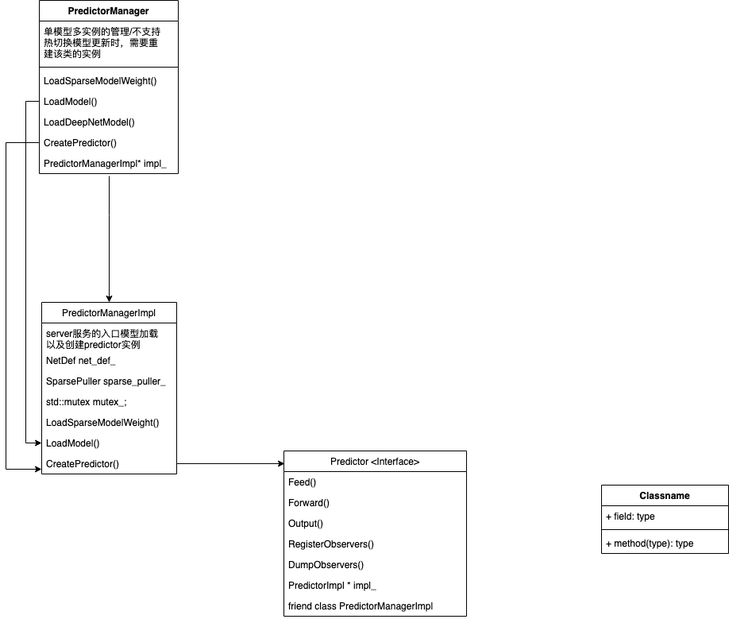
Earlier version of the draw.io export Blaze Diagram.png (theflyfish/my_draw). Source tidied: cells renumbered, new cells last; positions are measured from the earlier drawing's top-left corner, leaving out a move shared by most shapes.
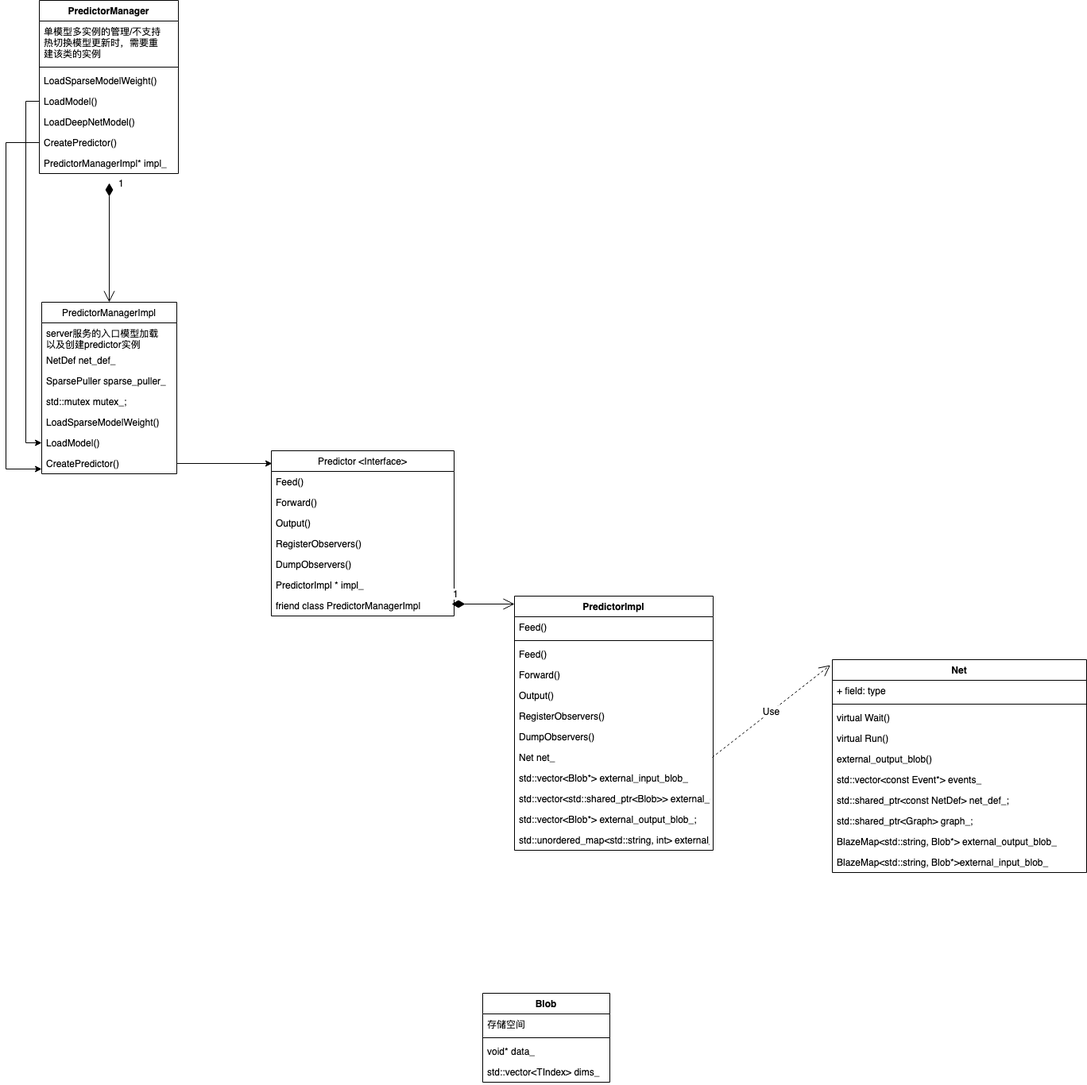
Above is the later version.

The edit, as a diff of the source:
```diff
@@ -27,7 +27,7 @@
       <mxGeometry y="190" width="170" height="26" as="geometry" />
     </mxCell>
     <mxCell id="10" value="Predictor &lt;Interface&gt;" style="swimlane;fontStyle=0;horizontal=1;startSize=26;fillColor=none;" parent="1" vertex="1">
-      <mxGeometry x="350" y="567" width="230" height="208" as="geometry" />
+      <mxGeometry x="334" y="567" width="230" height="208" as="geometry" />
     </mxCell>
     <mxCell id="11" value="Feed()" style="text;strokeColor=none;fillColor=none;align=left;verticalAlign=top;spacingLeft=4;spacingRight=4;overflow=hidden;" parent="10" vertex="1">
       <mxGeometry y="26" width="230" height="26" as="geometry" />
@@ -77,14 +77,6 @@
     <mxCell id="26" value="PredictorManagerImpl* impl_" style="text;strokeColor=none;fillColor=none;align=left;verticalAlign=top;spacingLeft=4;spacingRight=4;overflow=hidden;points=[[0,0.5],[1,0.5]];portConstraint=eastwest;" parent="19" vertex="1">
       <mxGeometry y="192" width="175" height="26" as="geometry" />
     </mxCell>
-    <mxCell id="27" style="edgeStyle=orthogonalEdgeStyle;rounded=0;jettySize=auto;html=1;exitX=0.503;exitY=1.115;exitDx=0;exitDy=0;exitPerimeter=0;" parent="1" edge="1" source="26" target="2">
-      <mxGeometry relative="1" as="geometry">
-        <Array as="points">
-          <mxPoint x="130" y="270" />
-          <mxPoint x="130" y="270" />
-        </Array>
-      </mxGeometry>
-    </mxCell>
     <mxCell id="28" style="edgeStyle=orthogonalEdgeStyle;rounded=0;jettySize=auto;html=1;entryX=0;entryY=0.769;entryDx=0;entryDy=0;entryPerimeter=0;" parent="1" edge="1" source="25" target="9">
       <mxGeometry relative="1" as="geometry">
         <Array as="points">
@@ -101,17 +93,108 @@
         </Array>
       </mxGeometry>
     </mxCell>
-    <mxCell id="30" value="Classname" style="swimlane;fontStyle=1;align=center;verticalAlign=top;horizontal=1;startSize=26;" parent="1" vertex="1">
-      <mxGeometry x="750" y="610" width="160" height="86" as="geometry" />
+    <mxCell id="30" value="PredictorImpl" style="swimlane;fontStyle=1;align=center;verticalAlign=top;horizontal=1;startSize=26;" parent="1" vertex="1">
+      <mxGeometry x="640" y="750" width="250" height="320" as="geometry" />
     </mxCell>
-    <mxCell id="31" value="+ field: type" style="text;strokeColor=none;fillColor=none;align=left;verticalAlign=top;spacingLeft=4;spacingRight=4;overflow=hidden;" parent="30" vertex="1">
-      <mxGeometry y="26" width="160" height="26" as="geometry" />
+    <mxCell id="31" value="Feed()" style="text;strokeColor=none;fillColor=none;align=left;verticalAlign=top;spacingLeft=4;spacingRight=4;overflow=hidden;" parent="30" vertex="1">
+      <mxGeometry y="26" width="250" height="26" as="geometry" />
     </mxCell>
     <mxCell id="32" style="line;strokeWidth=1;fillColor=none;align=left;verticalAlign=middle;spacingTop=-1;spacingLeft=3;spacingRight=3;labelPosition=right;" parent="30" vertex="1">
-      <mxGeometry y="52" width="160" height="8" as="geometry" />
+      <mxGeometry y="52" width="250" height="8" as="geometry" />
     </mxCell>
-    <mxCell id="33" value="+ method(type): type" style="text;strokeColor=none;fillColor=none;align=left;verticalAlign=top;spacingLeft=4;spacingRight=4;overflow=hidden;" parent="30" vertex="1">
-      <mxGeometry y="60" width="160" height="26" as="geometry" />
+    <mxCell id="33" value="Feed()" style="text;strokeColor=none;fillColor=none;align=left;verticalAlign=top;spacingLeft=4;spacingRight=4;overflow=hidden;" parent="30" vertex="1">
+      <mxGeometry y="60" width="250" height="26" as="geometry" />
     </mxCell>
+    <mxCell id="34" value="Forward()" style="text;strokeColor=none;fillColor=none;align=left;verticalAlign=top;spacingLeft=4;spacingRight=4;overflow=hidden;" parent="30" vertex="1">
+      <mxGeometry y="86" width="250" height="26" as="geometry" />
+    </mxCell>
+    <mxCell id="35" value="Output()" style="text;strokeColor=none;fillColor=none;align=left;verticalAlign=top;spacingLeft=4;spacingRight=4;overflow=hidden;" parent="30" vertex="1">
+      <mxGeometry y="112" width="250" height="26" as="geometry" />
+    </mxCell>
+    <mxCell id="36" value="RegisterObservers()" style="text;strokeColor=none;fillColor=none;align=left;verticalAlign=top;spacingLeft=4;spacingRight=4;overflow=hidden;" parent="30" vertex="1">
+      <mxGeometry y="138" width="250" height="26" as="geometry" />
+    </mxCell>
+    <mxCell id="37" value="DumpObservers()" style="text;strokeColor=none;fillColor=none;align=left;verticalAlign=top;spacingLeft=4;spacingRight=4;overflow=hidden;" parent="30" vertex="1">
+      <mxGeometry y="164" width="250" height="26" as="geometry" />
+    </mxCell>
+    <mxCell id="38" value="Net net_" style="text;strokeColor=none;fillColor=none;align=left;verticalAlign=top;spacingLeft=4;spacingRight=4;overflow=hidden;shadow=0;" parent="30" vertex="1">
+      <mxGeometry y="190" width="250" height="26" as="geometry" />
+    </mxCell>
+    <mxCell id="39" value="std::vector&lt;Blob*&gt; external_input_blob_" style="text;strokeColor=none;fillColor=none;align=left;verticalAlign=top;spacingLeft=4;spacingRight=4;overflow=hidden;" parent="30" vertex="1">
+      <mxGeometry y="216" width="250" height="26" as="geometry" />
+    </mxCell>
+    <mxCell id="40" value="  std::vector&lt;std::shared_ptr&lt;Blob&gt;&gt; external_output_blob_cpu_;&#10;" style="text;strokeColor=none;fillColor=none;align=left;verticalAlign=top;spacingLeft=4;spacingRight=4;overflow=hidden;" parent="30" vertex="1">
+      <mxGeometry y="242" width="250" height="26" as="geometry" />
+    </mxCell>
+    <mxCell id="41" value="  std::vector&lt;Blob*&gt; external_output_blob_;" style="text;strokeColor=none;fillColor=none;align=left;verticalAlign=top;spacingLeft=4;spacingRight=4;overflow=hidden;" parent="30" vertex="1">
+      <mxGeometry y="268" width="250" height="26" as="geometry" />
+    </mxCell>
+    <mxCell id="42" value="  std::unordered_map&lt;std::string, int&gt; external_input_blob_index_;&#10;" style="text;strokeColor=none;fillColor=none;align=left;verticalAlign=top;spacingLeft=4;spacingRight=4;overflow=hidden;" parent="30" vertex="1">
+      <mxGeometry y="294" width="250" height="26" as="geometry" />
+    </mxCell>
+    <mxCell id="43" value="1" style="endArrow=open;html=1;endSize=12;startArrow=diamondThin;startSize=14;startFill=1;edgeStyle=orthogonalEdgeStyle;align=left;verticalAlign=bottom;" parent="1" edge="1" target="2">
+      <mxGeometry x="-0.87" y="10" relative="1" as="geometry">
+        <mxPoint x="130" y="230" as="sourcePoint" />
+      </mxGeometry>
+    </mxCell>
+    <mxCell id="44" value="1" style="endArrow=open;html=1;endSize=12;startArrow=diamondThin;startSize=14;startFill=1;edgeStyle=orthogonalEdgeStyle;align=left;verticalAlign=bottom;" parent="1" edge="1">
+      <mxGeometry x="-1" y="3" relative="1" as="geometry">
+        <mxPoint x="561" y="760" as="sourcePoint" />
+        <mxPoint x="640" y="760" as="targetPoint" />
+      </mxGeometry>
+    </mxCell>
+    <mxCell id="45" value="Blob" style="swimlane;fontStyle=1;align=center;verticalAlign=top;horizontal=1;startSize=26;" parent="1" vertex="1">
+      <mxGeometry x="600" y="1250" width="160" height="112" as="geometry" />
+    </mxCell>
+    <mxCell id="46" value="存储空间" style="text;strokeColor=none;fillColor=none;align=left;verticalAlign=top;spacingLeft=4;spacingRight=4;overflow=hidden;" parent="45" vertex="1">
+      <mxGeometry y="26" width="160" height="26" as="geometry" />
+    </mxCell>
+    <mxCell id="47" style="line;strokeWidth=1;fillColor=none;align=left;verticalAlign=middle;spacingTop=-1;spacingLeft=3;spacingRight=3;labelPosition=right;" parent="45" vertex="1">
+      <mxGeometry y="52" width="160" height="8" as="geometry" />
+    </mxCell>
+    <mxCell id="48" value="void* data_ " style="text;strokeColor=none;fillColor=none;align=left;verticalAlign=top;spacingLeft=4;spacingRight=4;overflow=hidden;" parent="45" vertex="1">
+      <mxGeometry y="60" width="160" height="26" as="geometry" />
+    </mxCell>
+    <mxCell id="49" value="std::vector&lt;TIndex&gt; dims_" style="text;strokeColor=none;fillColor=none;align=left;verticalAlign=top;spacingLeft=4;spacingRight=4;overflow=hidden;" parent="45" vertex="1">
+      <mxGeometry y="86" width="160" height="26" as="geometry" />
+    </mxCell>
+    <mxCell id="50" value="Net" style="swimlane;fontStyle=1;align=center;verticalAlign=top;horizontal=1;startSize=26;" parent="1" vertex="1">
+      <mxGeometry x="1040" y="830" width="320" height="268" as="geometry" />
+    </mxCell>
+    <mxCell id="51" value="+ field: type" style="text;strokeColor=none;fillColor=none;align=left;verticalAlign=top;spacingLeft=4;spacingRight=4;overflow=hidden;" parent="50" vertex="1">
+      <mxGeometry y="26" width="320" height="26" as="geometry" />
+    </mxCell>
+    <mxCell id="52" style="line;strokeWidth=1;fillColor=none;align=left;verticalAlign=middle;spacingTop=-1;spacingLeft=3;spacingRight=3;labelPosition=right;" parent="50" vertex="1">
+      <mxGeometry y="52" width="320" height="8" as="geometry" />
+    </mxCell>
+    <mxCell id="53" value="virtual Wait()" style="text;strokeColor=none;fillColor=none;align=left;verticalAlign=top;spacingLeft=4;spacingRight=4;overflow=hidden;" parent="50" vertex="1">
+      <mxGeometry y="60" width="320" height="26" as="geometry" />
+    </mxCell>
+    <mxCell id="54" value="virtual Run()" style="text;strokeColor=none;fillColor=none;align=left;verticalAlign=top;spacingLeft=4;spacingRight=4;overflow=hidden;" parent="50" vertex="1">
+      <mxGeometry y="86" width="320" height="26" as="geometry" />
+    </mxCell>
+    <mxCell id="55" value="external_output_blob()" style="text;strokeColor=none;fillColor=none;align=left;verticalAlign=top;spacingLeft=4;spacingRight=4;overflow=hidden;" parent="50" vertex="1">
+      <mxGeometry y="112" width="320" height="26" as="geometry" />
+    </mxCell>
+    <mxCell id="56" value="std::vector&lt;const Event*&gt; events_" style="text;strokeColor=none;fillColor=none;align=left;verticalAlign=top;spacingLeft=4;spacingRight=4;overflow=hidden;" parent="50" vertex="1">
+      <mxGeometry y="138" width="320" height="26" as="geometry" />
+    </mxCell>
+    <mxCell id="57" value="std::shared_ptr&lt;const NetDef&gt; net_def_;" style="text;strokeColor=none;fillColor=none;align=left;verticalAlign=top;spacingLeft=4;spacingRight=4;overflow=hidden;" parent="50" vertex="1">
+      <mxGeometry y="164" width="320" height="26" as="geometry" />
+    </mxCell>
+    <mxCell id="58" value="std::shared_ptr&lt;Graph&gt; graph_;" style="text;strokeColor=none;fillColor=none;align=left;verticalAlign=top;spacingLeft=4;spacingRight=4;overflow=hidden;" parent="50" vertex="1">
+      <mxGeometry y="190" width="320" height="26" as="geometry" />
+    </mxCell>
+    <mxCell id="59" value="BlazeMap&lt;std::string, Blob*&gt; external_output_blob_" style="text;strokeColor=none;fillColor=none;align=left;verticalAlign=top;spacingLeft=4;spacingRight=4;overflow=hidden;" parent="50" vertex="1">
+      <mxGeometry y="216" width="320" height="26" as="geometry" />
+    </mxCell>
+    <mxCell id="60" value="BlazeMap&lt;std::string, Blob*&gt;external_input_blob_" style="text;strokeColor=none;fillColor=none;align=left;verticalAlign=top;spacingLeft=4;spacingRight=4;overflow=hidden;" parent="50" vertex="1">
+      <mxGeometry y="242" width="320" height="26" as="geometry" />
+    </mxCell>
+    <mxCell id="61" value="Use" style="endArrow=open;endSize=12;dashed=1;html=1;entryX=-0.008;entryY=0.026;entryDx=0;entryDy=0;entryPerimeter=0;" parent="1" edge="1" target="50">
+      <mxGeometry relative="1" as="geometry">
+        <mxPoint x="889" y="953" as="sourcePoint" />
+      </mxGeometry>
+    </mxCell>
   </root>
 </mxGraphModel>
```
